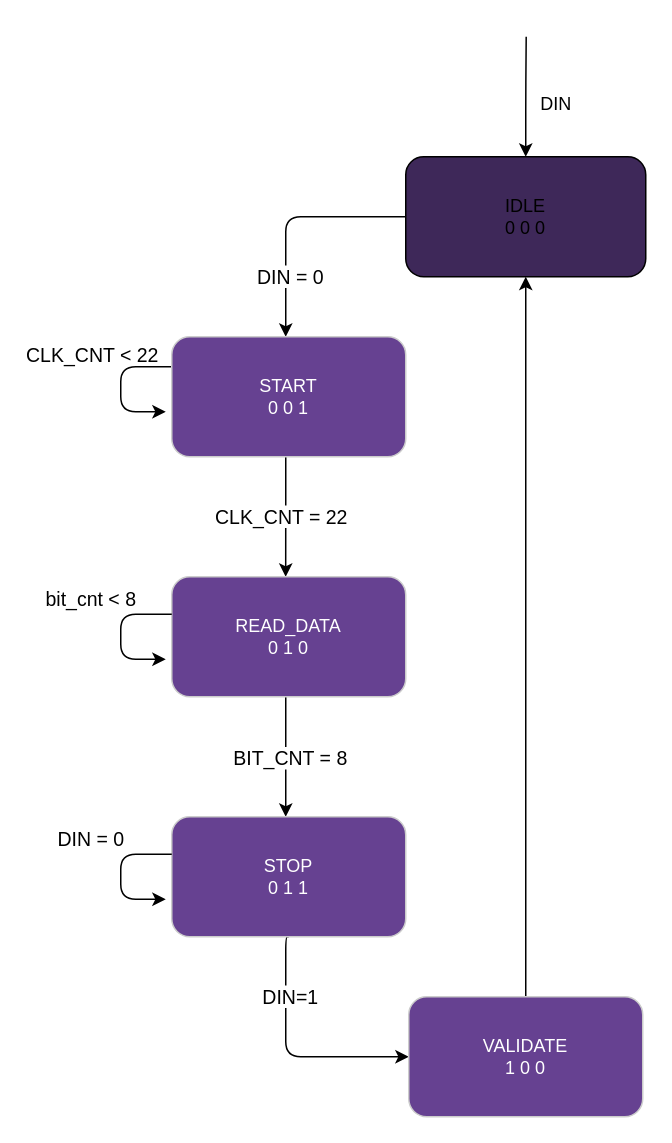
The draw.io diagram doc/FSM.drawio in freedfall/INC-project, before the edit. Source tidied: cells renumbered, new cells numbered last; positions are measured from the earlier drawing's top-left corner, leaving out a move shared by most shapes. Both pictures are drawn from the tidied source at 150%, with x=0, y=0 at pixel (30, 36).
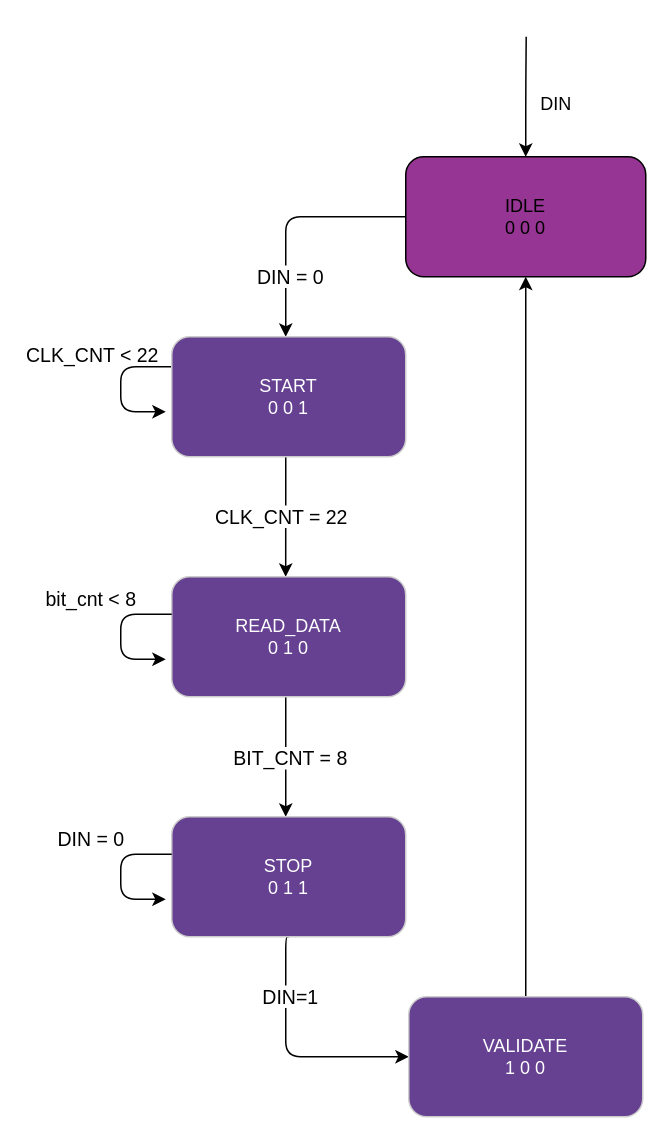
The same page after the edit.

Change to the diagram source:
```diff
@@
-    <mxCell id="5" value="IDLE&lt;br&gt;0 0 0" style="rounded=1;whiteSpace=wrap;html=1;fillColor=#3E2859;" parent="1" vertex="1">
+    <mxCell id="5" value="IDLE&lt;br&gt;0 0 0" style="rounded=1;whiteSpace=wrap;html=1;fillColor=#963593;" parent="1" vertex="1">
       <mxGeometry x="250" y="80" width="160" height="80" as="geometry" />
     </mxCell>
```
